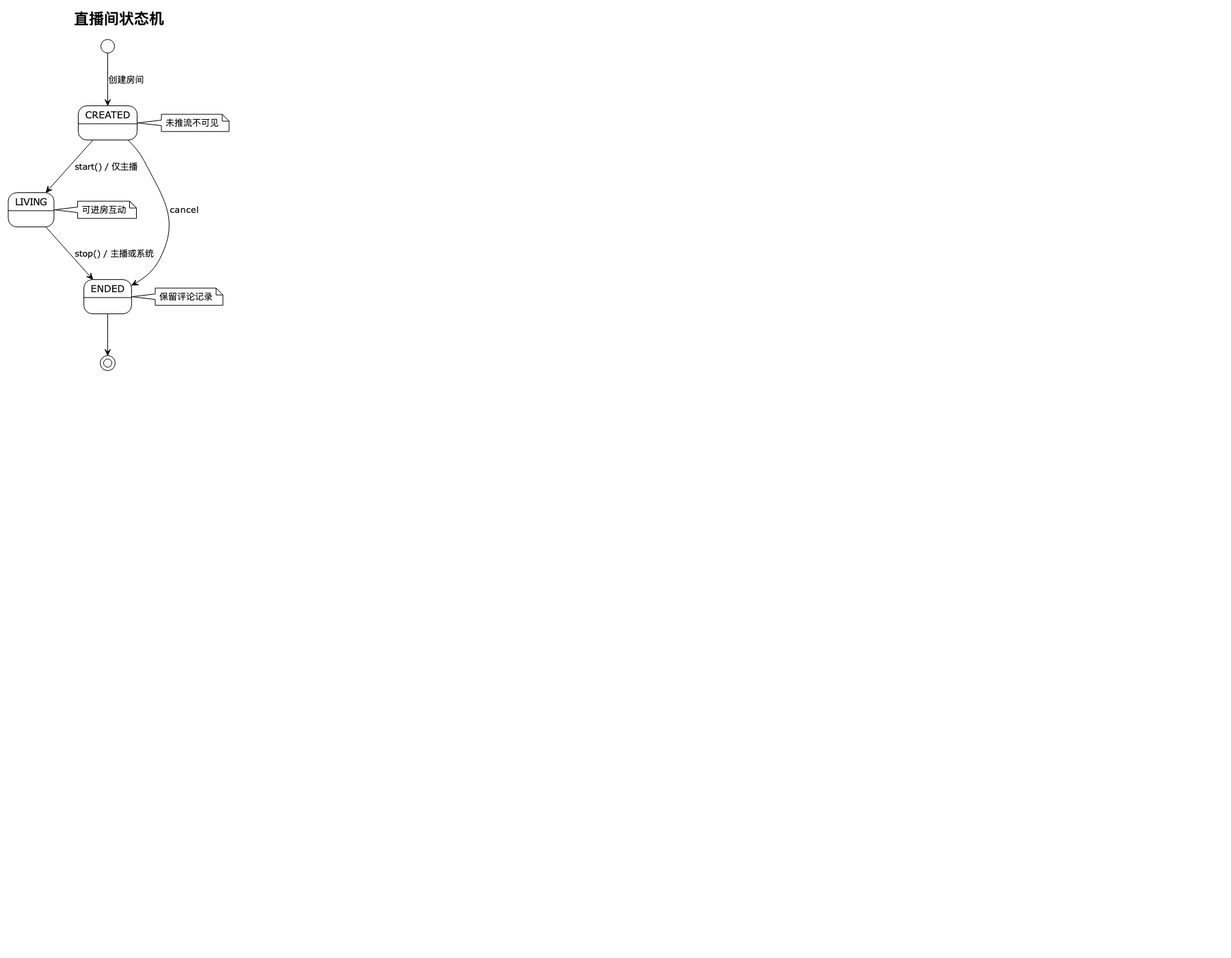
luyou-2023/live-platform keeps this PlantUML diagram as docs/uml/room-lifecycle.png. Above is the earlier version. Its source is kept beside it as docs/uml/room-lifecycle.puml.
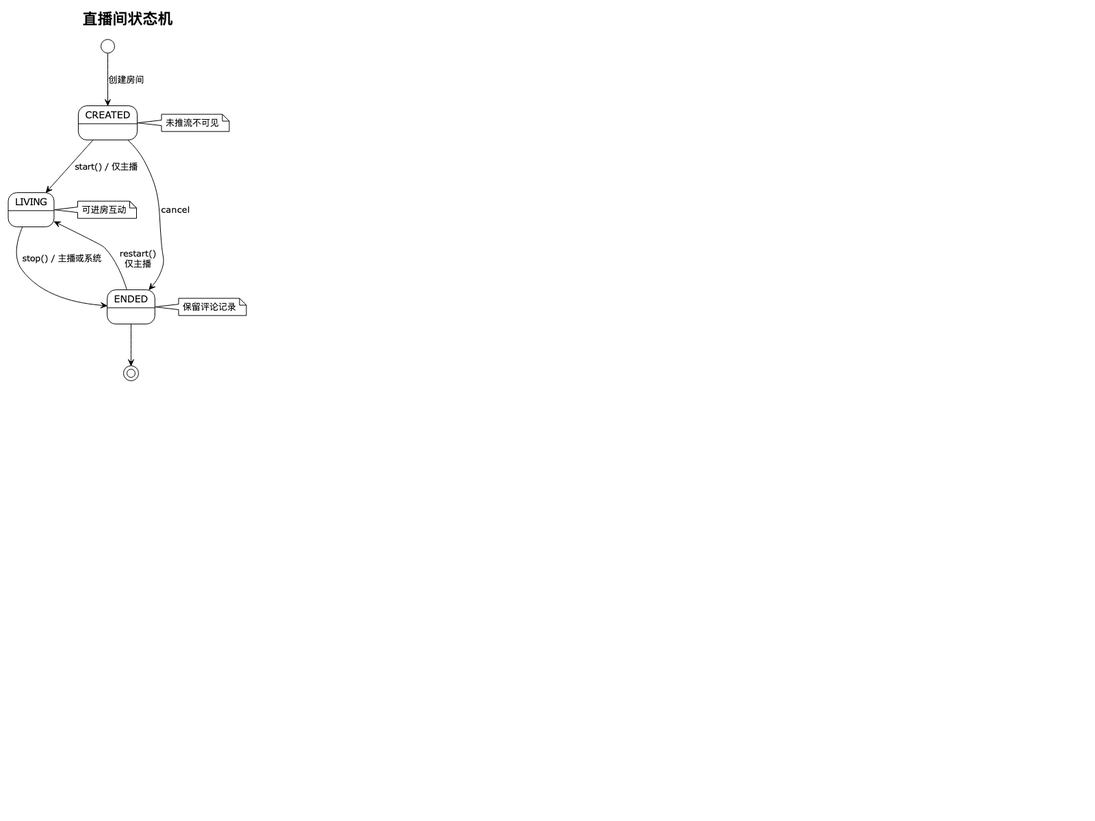
After the commit.

Diff of the diagram source:
```diff
@@ -6,6 +6,7 @@
 CREATED --> LIVING : start() / 仅主播
 LIVING --> ENDED : stop() / 主播或系统
 CREATED --> ENDED : cancel
+ENDED --> LIVING : restart()\n仅主播
 ENDED --> [*]
 
 note right of CREATED : 未推流不可见
```
